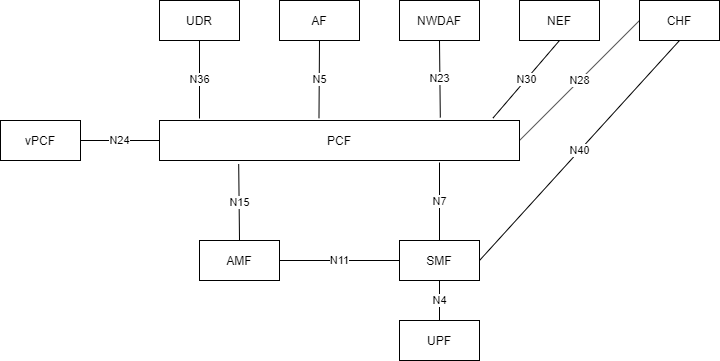
Before: documentation/images/PCF Interfaces.png, a diagram exported from draw.io (emanuelfreitas/3gpp-documentation). Source tidied: cells renumbered, new cells last; positions are measured from the earlier drawing's top-left corner, leaving out a move shared by most shapes.
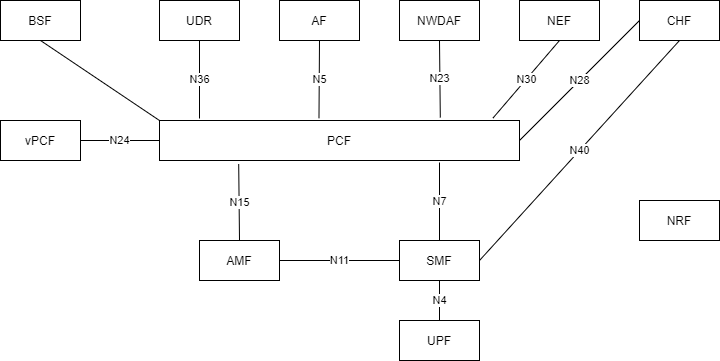
Later version of the same file.

What changed in the source:
```diff
@@ -69,5 +69,14 @@
     <mxCell id="22" value="N24" style="endArrow=none;html=1;entryX=1;entryY=0.5;entryDx=0;entryDy=0;exitX=0;exitY=0.5;exitDx=0;exitDy=0;" parent="1" edge="1" source="2" target="21">
       <mxGeometry relative="1" as="geometry" />
     </mxCell>
+    <mxCell id="23" value="NRF" style="rounded=0;whiteSpace=wrap;html=1;" parent="1" vertex="1">
+      <mxGeometry x="639" y="200" width="80" height="40" as="geometry" />
+    </mxCell>
+    <mxCell id="24" value="BSF" style="rounded=0;whiteSpace=wrap;html=1;" parent="1" vertex="1">
+      <mxGeometry width="80" height="40" as="geometry" />
+    </mxCell>
+    <mxCell id="25" style="endArrow=none;html=1;entryX=0.5;entryY=1;entryDx=0;entryDy=0;exitX=0;exitY=0;exitDx=0;exitDy=0;" parent="1" edge="1" source="2" target="24">
+      <mxGeometry relative="1" as="geometry" />
+    </mxCell>
   </root>
 </mxGraphModel>
```
